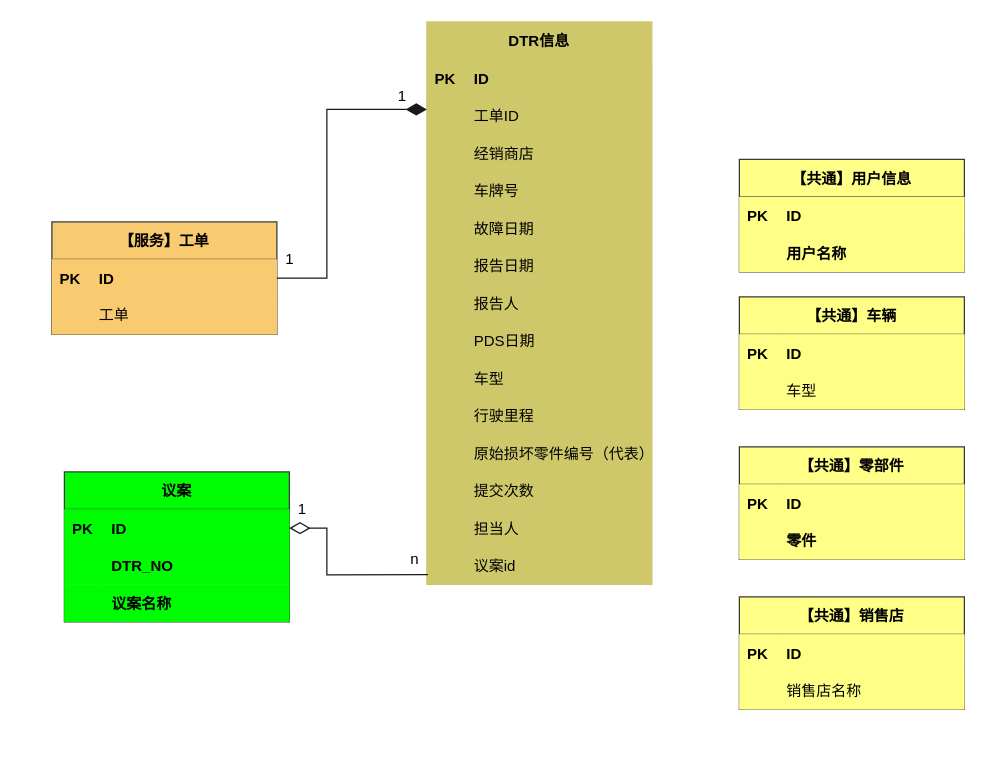
Before: page "DTR聚合根" (5 of 8) of images/DTR时序图.drawio in 1132489442/designer, a draw.io diagram. Source tidied: cells renumbered, new cells numbered last; positions are measured from the earlier drawing's top-left corner, leaving out a move shared by most shapes. Both pictures are drawn from the tidied source at 125%, with x=0, y=0 at pixel (51, 21).
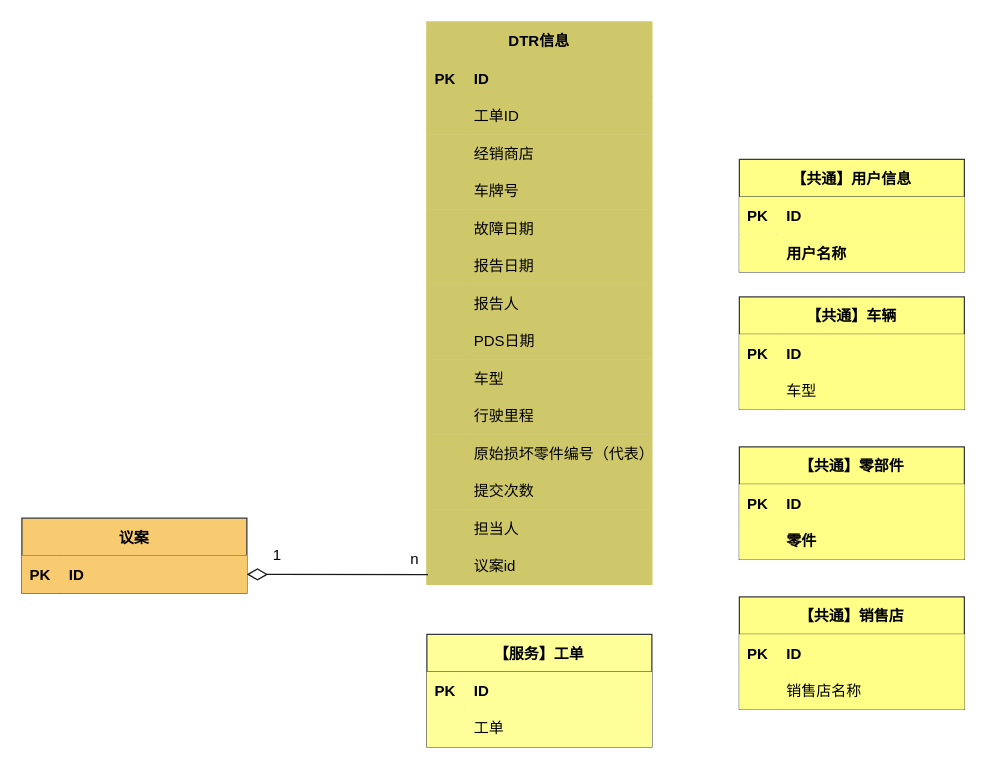
The same page after the edit.

The change refers to these unchanged cells:
```xml
<mxCell id="70" style="shape=partialRectangle;fillColor=#CFC86B;top=0;left=0;bottom=0;right=0;points=[[0,0.5],[1,0.5]];portConstraint=eastwest;strokeColor=#CFC86B;spacingTop=0;fontStyle=0;perimeterSpacing=0;swimlaneLine=1;sketch=0;shadow=0;labelBorderColor=none;labelBackgroundColor=none;" parent="30" vertex="1">
  <mxGeometry y="420" width="180" height="30" as="geometry" />
</mxCell>
```

The edit, as a diff of the source:
```diff
@@
-    <mxCell id="2" value="【服务】工单" style="shape=table;startSize=30;childLayout=tableLayout;rowLines=0;fontStyle=1;align=center;rounded=0;fillColor=#F9CB70;strokeColor=#36393d;swimlaneLine=1;shadow=0;labelBorderColor=none;labelBackgroundColor=none;" parent="1" vertex="1">
-      <mxGeometry y="160" width="180" height="90" as="geometry" />
+    <mxCell id="2" value="【服务】工单" style="shape=table;startSize=30;childLayout=tableLayout;rowLines=0;fontStyle=1;align=center;rounded=0;fillColor=#FFFF99;strokeColor=#36393d;swimlaneLine=1;shadow=0;labelBorderColor=none;labelBackgroundColor=none;" parent="1" vertex="1">
+      <mxGeometry x="300" y="490" width="180" height="90" as="geometry" />
     </mxCell>
-    <mxCell id="3" style="shape=partialRectangle;fillColor=#F9CB70;top=0;left=0;bottom=0;right=0;points=[[0,0.5],[1,0.5]];portConstraint=eastwest;rounded=1;strokeColor=#36393d;swimlaneLine=1;shadow=0;labelBorderColor=none;labelBackgroundColor=none;" parent="2" vertex="1">
+    <mxCell id="3" style="shape=partialRectangle;fillColor=#FFFF99;top=0;left=0;bottom=0;right=0;points=[[0,0.5],[1,0.5]];portConstraint=eastwest;rounded=1;strokeColor=#36393d;swimlaneLine=1;shadow=0;labelBorderColor=none;labelBackgroundColor=none;" parent="2" vertex="1">
       <mxGeometry y="30" width="180" height="30" as="geometry" />
     </mxCell>
-    <mxCell id="4" value="PK" style="shape=partialRectangle;fillColor=#F9CB70;top=0;left=0;bottom=0;right=0;overflow=hidden;rounded=1;fontStyle=1;strokeColor=#36393d;swimlaneLine=1;shadow=0;labelBorderColor=none;labelBackgroundColor=none;" parent="3" vertex="1">
+    <mxCell id="4" value="PK" style="shape=partialRectangle;fillColor=#FFFF99;top=0;left=0;bottom=0;right=0;overflow=hidden;rounded=1;fontStyle=1;strokeColor=#36393d;swimlaneLine=1;shadow=0;labelBorderColor=none;labelBackgroundColor=none;" parent="3" vertex="1">
       <mxGeometry width="30" height="30" as="geometry" />
     </mxCell>
-    <mxCell id="5" value="ID" style="shape=partialRectangle;fillColor=#F9CB70;top=0;left=0;bottom=0;right=0;align=left;spacingLeft=6;overflow=hidden;rounded=1;fontStyle=1;strokeColor=#36393d;swimlaneLine=1;shadow=0;labelBorderColor=none;labelBackgroundColor=none;" parent="3" vertex="1">
+    <mxCell id="5" value="ID" style="shape=partialRectangle;fillColor=#FFFF99;top=0;left=0;bottom=0;right=0;align=left;spacingLeft=6;overflow=hidden;rounded=1;fontStyle=1;strokeColor=#36393d;swimlaneLine=1;shadow=0;labelBorderColor=none;labelBackgroundColor=none;" parent="3" vertex="1">
       <mxGeometry x="30" width="150" height="30" as="geometry" />
     </mxCell>
-    <mxCell id="6" style="shape=partialRectangle;fillColor=#F9CB70;top=0;left=0;bottom=0;right=0;rounded=1;strokeColor=#36393d;swimlaneLine=1;shadow=0;labelBorderColor=none;labelBackgroundColor=none;" parent="2" vertex="1">
+    <mxCell id="6" style="shape=partialRectangle;fillColor=#FFFF99;top=0;left=0;bottom=0;right=0;rounded=1;strokeColor=#36393d;swimlaneLine=1;shadow=0;labelBorderColor=none;labelBackgroundColor=none;" parent="2" vertex="1">
       <mxGeometry y="60" width="180" height="30" as="geometry" />
     </mxCell>
-    <mxCell id="7" style="shape=partialRectangle;fillColor=#F9CB70;top=0;left=0;bottom=0;right=0;overflow=hidden;rounded=1;strokeColor=#36393d;swimlaneLine=1;shadow=0;labelBorderColor=none;labelBackgroundColor=none;" parent="6" vertex="1">
+    <mxCell id="7" style="shape=partialRectangle;fillColor=#FFFF99;top=0;left=0;bottom=0;right=0;overflow=hidden;rounded=1;strokeColor=#36393d;swimlaneLine=1;shadow=0;labelBorderColor=none;labelBackgroundColor=none;" parent="6" vertex="1">
       <mxGeometry width="30" height="30" as="geometry" />
     </mxCell>
-    <mxCell id="8" value="工单" style="shape=partialRectangle;fillColor=#F9CB70;top=0;left=0;bottom=0;right=0;align=left;spacingLeft=6;overflow=hidden;rounded=1;whiteSpace=wrap;strokeColor=#36393d;swimlaneLine=1;shadow=0;labelBorderColor=none;labelBackgroundColor=none;" parent="6" vertex="1">
+    <mxCell id="8" value="工单" style="shape=partialRectangle;fillColor=#FFFF99;top=0;left=0;bottom=0;right=0;align=left;spacingLeft=6;overflow=hidden;rounded=1;whiteSpace=wrap;strokeColor=#36393d;swimlaneLine=1;shadow=0;labelBorderColor=none;labelBackgroundColor=none;" parent="6" vertex="1">
       <mxGeometry x="30" width="150" height="30" as="geometry" />
     </mxCell>
@@
-    <mxCell id="73" style="endArrow=none;html=1;endSize=12;startArrow=diamondThin;startSize=14;startFill=1;edgeStyle=orthogonalEdgeStyle;align=left;verticalAlign=bottom;rounded=0;strokeColor=#1A1A1A;exitX=0;exitY=0.5;exitDx=0;exitDy=0;entryX=1;entryY=0.5;entryDx=0;entryDy=0;endFill=0;" parent="1" edge="1" target="3">
-      <mxGeometry x="-1" y="3" relative="1" as="geometry">
-        <mxPoint x="300" y="70" as="sourcePoint" />
-        <Array as="points">
-          <mxPoint x="220" y="70" />
-          <mxPoint x="220" y="205" />
-        </Array>
-      </mxGeometry>
-    </mxCell>
@@
-    <mxCell id="81" value="议案" style="shape=table;startSize=30;childLayout=tableLayout;rowLines=0;fontStyle=1;align=center;fillColor=#00FD04;strokeColor=#36393d;swimlaneLine=1;shadow=0;labelBorderColor=none;labelBackgroundColor=none;" parent="1" vertex="1">
-      <mxGeometry x="10" y="360" width="180" height="120" as="geometry" />
+    <mxCell id="81" value="议案" style="shape=table;startSize=30;childLayout=tableLayout;rowLines=0;fontStyle=1;align=center;fillColor=#F9CB70;strokeColor=#36393d;swimlaneLine=1;shadow=0;labelBorderColor=none;labelBackgroundColor=none;" parent="1" vertex="1">
+      <mxGeometry x="-24" y="397" width="180" height="60" as="geometry" />
     </mxCell>
-    <mxCell id="82" style="shape=partialRectangle;fillColor=#00FD04;top=0;left=0;bottom=0;right=0;points=[[0,0.5],[1,0.5]];portConstraint=eastwest;strokeColor=#36393d;swimlaneLine=1;shadow=0;labelBorderColor=none;labelBackgroundColor=none;" parent="81" vertex="1">
+    <mxCell id="82" style="shape=partialRectangle;fillColor=#F9CB70;top=0;left=0;bottom=0;right=0;points=[[0,0.5],[1,0.5]];portConstraint=eastwest;strokeColor=#36393d;swimlaneLine=1;shadow=0;labelBorderColor=none;labelBackgroundColor=none;" parent="81" vertex="1">
       <mxGeometry y="30" width="180" height="30" as="geometry" />
     </mxCell>
-    <mxCell id="83" value="PK" style="shape=partialRectangle;fillColor=#00FD04;top=0;left=0;bottom=0;right=0;overflow=hidden;fontStyle=1;strokeColor=#36393d;swimlaneLine=1;shadow=0;labelBorderColor=none;labelBackgroundColor=none;" parent="82" vertex="1">
+    <mxCell id="83" value="PK" style="shape=partialRectangle;fillColor=#F9CB70;top=0;left=0;bottom=0;right=0;overflow=hidden;fontStyle=1;strokeColor=#36393d;swimlaneLine=1;shadow=0;labelBorderColor=none;labelBackgroundColor=none;" parent="82" vertex="1">
       <mxGeometry width="30" height="30" as="geometry" />
     </mxCell>
-    <mxCell id="84" value="ID" style="shape=partialRectangle;fillColor=#00FD04;top=0;left=0;bottom=0;right=0;align=left;spacingLeft=6;overflow=hidden;fontStyle=1;strokeColor=#36393d;swimlaneLine=1;shadow=0;labelBorderColor=none;labelBackgroundColor=none;" parent="82" vertex="1">
+    <mxCell id="84" value="ID" style="shape=partialRectangle;fillColor=#F9CB70;top=0;left=0;bottom=0;right=0;align=left;spacingLeft=6;overflow=hidden;fontStyle=1;strokeColor=#36393d;swimlaneLine=1;shadow=0;labelBorderColor=none;labelBackgroundColor=none;" parent="82" vertex="1">
       <mxGeometry x="30" width="150" height="30" as="geometry" />
     </mxCell>
-    <mxCell id="85" style="shape=partialRectangle;fillColor=#00FD04;top=0;left=0;bottom=0;right=0;strokeColor=#36393d;swimlaneLine=1;shadow=0;labelBorderColor=none;labelBackgroundColor=none;" parent="81" vertex="1">
-      <mxGeometry y="60" width="180" height="30" as="geometry" />
-    </mxCell>
-    <mxCell id="86" style="shape=partialRectangle;fillColor=#00FD04;top=0;left=0;bottom=0;right=0;overflow=hidden;fontStyle=1;strokeColor=#36393d;swimlaneLine=1;shadow=0;labelBorderColor=none;labelBackgroundColor=none;" parent="85" vertex="1">
-      <mxGeometry width="30" height="30" as="geometry" />
-    </mxCell>
-    <mxCell id="87" value="DTR_NO" style="shape=partialRectangle;fillColor=#00FD04;top=0;left=0;bottom=0;right=0;align=left;spacingLeft=6;overflow=hidden;fontStyle=1;strokeColor=#36393d;swimlaneLine=1;shadow=0;labelBorderColor=none;labelBackgroundColor=none;" parent="85" vertex="1">
-      <mxGeometry x="30" width="150" height="30" as="geometry" />
-    </mxCell>
-    <mxCell id="88" style="shape=partialRectangle;fillColor=#00FD04;top=0;left=0;bottom=0;right=0;strokeColor=#36393d;swimlaneLine=1;shadow=0;labelBorderColor=none;labelBackgroundColor=none;" parent="81" vertex="1">
-      <mxGeometry y="90" width="180" height="30" as="geometry" />
-    </mxCell>
-    <mxCell id="89" style="shape=partialRectangle;fillColor=#00FD04;top=0;left=0;bottom=0;right=0;overflow=hidden;fontStyle=1;strokeColor=#36393d;swimlaneLine=1;shadow=0;labelBorderColor=none;labelBackgroundColor=none;" parent="88" vertex="1">
-      <mxGeometry width="30" height="30" as="geometry" />
-    </mxCell>
-    <mxCell id="90" value="议案名称" style="shape=partialRectangle;fillColor=#00FD04;top=0;left=0;bottom=0;right=0;align=left;spacingLeft=6;overflow=hidden;fontStyle=1;strokeColor=#36393d;swimlaneLine=1;shadow=0;labelBorderColor=none;labelBackgroundColor=none;" parent="88" vertex="1">
-      <mxGeometry x="30" width="150" height="30" as="geometry" />
-    </mxCell>
@@
-    <mxCell id="92" value="1" style="text;html=1;align=center;verticalAlign=middle;strokeColor=none;fillColor=none;" parent="1" vertex="1">
-      <mxGeometry x="270" y="50" width="20" height="20" as="geometry" />
-    </mxCell>
-    <mxCell id="93" value="1" style="text;html=1;align=center;verticalAlign=middle;strokeColor=none;fillColor=none;" parent="1" vertex="1">
-      <mxGeometry x="180" y="180" width="20" height="20" as="geometry" />
-    </mxCell>
     <mxCell id="94" style="endArrow=none;html=1;endSize=12;startArrow=diamondThin;startSize=14;startFill=0;edgeStyle=orthogonalEdgeStyle;align=left;verticalAlign=bottom;rounded=0;strokeColor=#1A1A1A;entryX=0.005;entryY=0.742;entryDx=0;entryDy=0;exitX=1;exitY=0.5;exitDx=0;exitDy=0;endFill=0;entryPerimeter=0;" parent="1" edge="1" source="82" target="70">
       <mxGeometry x="-1" y="3" relative="1" as="geometry">
         <Array as="points">
-          <mxPoint x="220" y="405" />
-          <mxPoint x="220" y="442" />
+          <mxPoint x="180" y="442" />
         </Array>
       </mxGeometry>
     </mxCell>
-    <mxCell id="95" value="1" style="text;html=1;align=center;verticalAlign=middle;strokeColor=none;fillColor=none;" parent="1" vertex="1">
-      <mxGeometry x="190" y="380" width="20" height="20" as="geometry" />
-    </mxCell>
+    <mxCell id="96" value="1" style="text;html=1;align=center;verticalAlign=middle;strokeColor=none;fillColor=none;" parent="1" vertex="1">
+      <mxGeometry x="170" y="417" width="20" height="20" as="geometry" />
+    </mxCell>
```
